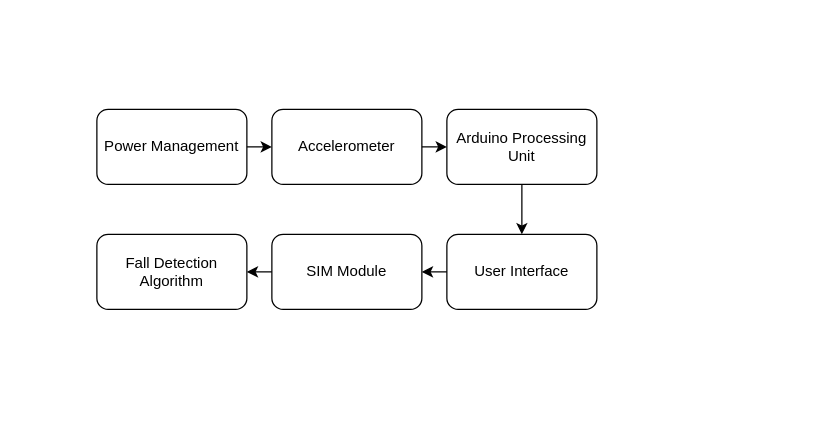
leonleerl/fall-detection-of-elderly-living-alone keeps this draw.io diagram as subsystems.drawio. Above is the earlier version. Source tidied: cells renumbered, new cells numbered last; positions are measured from the earlier drawing's top-left corner, leaving out a move shared by most shapes. Both pictures are drawn from the tidied source at 125%, with x=0, y=0 at pixel (96, 109).
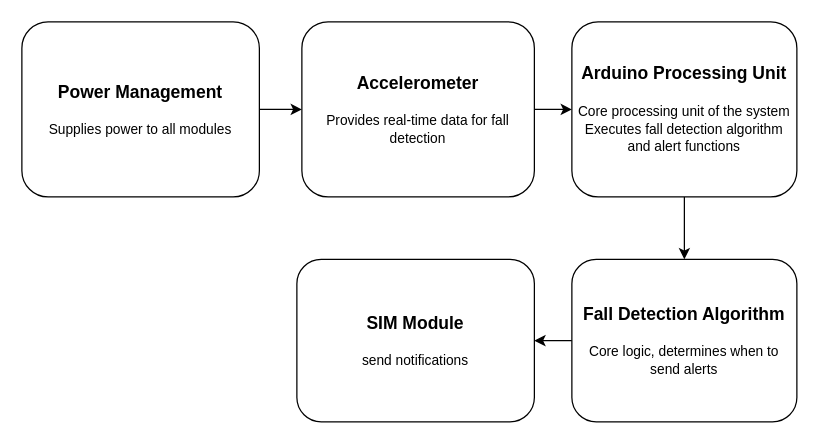
After the change.

Diff of the diagram source:
```diff
@@
 <mxGraphModel>
   <root>
     <mxCell id="0" />
     <mxCell id="1" parent="0" />
-    <mxCell id="2" value="Power Management" style="rounded=1;whiteSpace=wrap;html=1;" parent="1" vertex="1">
-      <mxGeometry width="120" height="60" as="geometry" />
+    <mxCell id="2" value="&lt;font style=&quot;font-size: 14px;&quot;&gt;&lt;b&gt;Power Management&lt;/b&gt;&lt;/font&gt;&lt;div&gt;&lt;br&gt;&lt;/div&gt;&lt;div&gt;&lt;font style=&quot;font-size: 11px;&quot;&gt;Supplies power to all modules&lt;/font&gt;&lt;br&gt;&lt;/div&gt;" style="rounded=1;whiteSpace=wrap;html=1;" parent="1" vertex="1">
+      <mxGeometry x="-60" y="-70" width="190" height="140" as="geometry" />
     </mxCell>
-    <mxCell id="3" value="Accelerometer" style="rounded=1;whiteSpace=wrap;html=1;" parent="1" vertex="1">
-      <mxGeometry x="140" width="120" height="60" as="geometry" />
+    <mxCell id="3" value="&lt;font style=&quot;font-size: 14px;&quot;&gt;&lt;b&gt;Accelerometer&lt;/b&gt;&lt;/font&gt;&lt;br&gt;&lt;br&gt;&lt;font style=&quot;font-size: 11px;&quot;&gt;Provides real-time data for fall detection&lt;/font&gt;" style="rounded=1;whiteSpace=wrap;html=1;" parent="1" vertex="1">
+      <mxGeometry x="164" y="-70" width="186" height="140" as="geometry" />
     </mxCell>
-    <mxCell id="4" value="Arduino Processing Unit" style="rounded=1;whiteSpace=wrap;html=1;" parent="1" vertex="1">
-      <mxGeometry x="280" width="120" height="60" as="geometry" />
+    <mxCell id="4" value="&lt;font style=&quot;font-size: 14px;&quot;&gt;&lt;b&gt;Arduino Processing Unit&lt;/b&gt;&lt;br&gt;&lt;/font&gt;&lt;br&gt;&lt;font style=&quot;font-size: 11px;&quot;&gt;Core processing unit of the system&lt;/font&gt;&lt;div&gt;&lt;font style=&quot;font-size: 11px;&quot;&gt;Executes fall detection algorithm and alert functions&lt;/font&gt;&lt;/div&gt;" style="rounded=1;whiteSpace=wrap;html=1;" parent="1" vertex="1">
+      <mxGeometry x="380" y="-70" width="180" height="140" as="geometry" />
     </mxCell>
-    <mxCell id="5" value="Fall Detection Algorithm" style="rounded=1;whiteSpace=wrap;html=1;" parent="1" vertex="1">
-      <mxGeometry y="100" width="120" height="60" as="geometry" />
+    <mxCell id="5" value="&lt;font style=&quot;font-size: 14px;&quot;&gt;&lt;b&gt;Fall Detection Algorithm&lt;/b&gt;&lt;/font&gt;&lt;div&gt;&lt;br&gt;&lt;/div&gt;&lt;div&gt;&lt;font style=&quot;font-size: 11px;&quot;&gt;Core logic, determines when to send alerts&lt;/font&gt;&lt;br&gt;&lt;/div&gt;" style="rounded=1;whiteSpace=wrap;html=1;" parent="1" vertex="1">
+      <mxGeometry x="380" y="120" width="180" height="130" as="geometry" />
     </mxCell>
-    <mxCell id="6" value="SIM Module" style="rounded=1;whiteSpace=wrap;html=1;" parent="1" vertex="1">
-      <mxGeometry x="140" y="100" width="120" height="60" as="geometry" />
+    <mxCell id="6" value="&lt;font style=&quot;font-size: 14px;&quot;&gt;&lt;b&gt;SIM Module&lt;/b&gt;&lt;/font&gt;&lt;div&gt;&lt;br&gt;&lt;/div&gt;&lt;div&gt;&lt;font style=&quot;font-size: 11px;&quot;&gt;send notifications&lt;/font&gt;&lt;/div&gt;" style="rounded=1;whiteSpace=wrap;html=1;" parent="1" vertex="1">
+      <mxGeometry x="160" y="120" width="190" height="130" as="geometry" />
     </mxCell>
-    <mxCell id="7" value="User Interface" style="rounded=1;whiteSpace=wrap;html=1;" parent="1" vertex="1">
-      <mxGeometry x="280" y="100" width="120" height="60" as="geometry" />
-    </mxCell>
-    <mxCell id="8" style="endArrow=classic;html=1;rounded=0;exitX=1;exitY=0.5;exitDx=0;exitDy=0;" parent="1" edge="1" source="2">
-      <mxGeometry relative="1" as="geometry">
-        <mxPoint x="140" y="30" as="targetPoint" />
-      </mxGeometry>
+    <mxCell id="8" style="endArrow=classic;html=1;rounded=0;exitX=1;exitY=0.5;exitDx=0;exitDy=0;entryX=0;entryY=0.5;entryDx=0;entryDy=0;" parent="1" edge="1" source="2" target="3">
+      <mxGeometry relative="1" as="geometry" />
     </mxCell>
     <mxCell id="9" style="endArrow=classic;html=1;rounded=0;exitX=1;exitY=0.5;exitDx=0;exitDy=0;entryX=0;entryY=0.5;entryDx=0;entryDy=0;" parent="1" edge="1" source="3" target="4">
       <mxGeometry relative="1" as="geometry" />
     </mxCell>
-    <mxCell id="10" style="endArrow=classic;html=1;rounded=0;exitX=0.5;exitY=1;exitDx=0;exitDy=0;entryX=0.5;entryY=0;entryDx=0;entryDy=0;" parent="1" edge="1" source="4" target="7">
-      <mxGeometry relative="1" as="geometry" />
-    </mxCell>
-    <mxCell id="11" style="endArrow=classic;html=1;rounded=0;exitX=0;exitY=0.5;exitDx=0;exitDy=0;entryX=1;entryY=0.5;entryDx=0;entryDy=0;" parent="1" edge="1" source="7" target="6">
-      <mxGeometry relative="1" as="geometry" />
-    </mxCell>
-    <mxCell id="12" style="endArrow=classic;html=1;rounded=0;exitX=0;exitY=0.5;exitDx=0;exitDy=0;entryX=1;entryY=0.5;entryDx=0;entryDy=0;" parent="1" edge="1" source="6" target="5">
+    <mxCell id="12" style="endArrow=classic;html=1;rounded=0;exitX=0;exitY=0.5;exitDx=0;exitDy=0;entryX=1;entryY=0.5;entryDx=0;entryDy=0;" parent="1" edge="1" source="5" target="6">
       <mxGeometry relative="1" as="geometry" />
     </mxCell>
+    <mxCell id="13" style="endArrow=classic;html=1;rounded=0;exitX=0.5;exitY=1;exitDx=0;exitDy=0;entryX=0.5;entryY=0;entryDx=0;entryDy=0;" parent="1" edge="1" source="4" target="5">
+      <mxGeometry relative="1" as="geometry" />
+    </mxCell>
   </root>
 </mxGraphModel>
```
